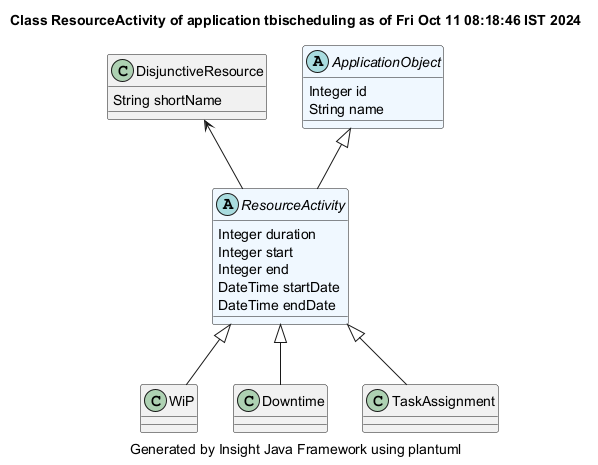
Earlier version of the PlantUML export demonstrator/tbischeduling/site/plantuml/ResourceActivity.png (hsimonis/schedulingtraining).
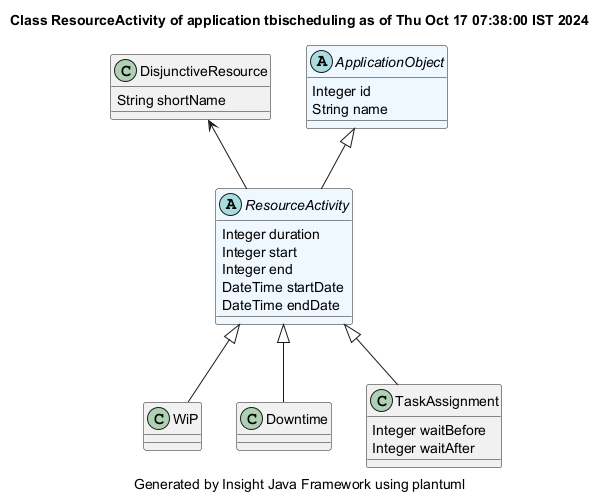
Later version of the same file.

Diff of the diagram source:
```diff
@@ -1,5 +1,5 @@
 @startuml
-title Class ResourceActivity of application tbischeduling as of Fri Oct 11 08:18:46 IST 2024
+title Class ResourceActivity of application tbischeduling as of Thu Oct 17 07:38:00 IST 2024
 caption Generated by Insight Java Framework using plantuml
 abstract ResourceActivity #aliceblue
 ResourceActivity : Integer duration
@@ -24,6 +24,8 @@
 
 ResourceActivity <|-- Downtime
 class TaskAssignment
+TaskAssignment : Integer waitBefore
+TaskAssignment : Integer waitAfter
 
 ResourceActivity <|-- TaskAssignment
 @enduml
```
